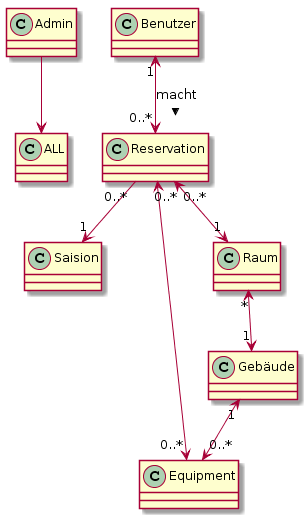
Earlier version of the PlantUML export src/site/resources/images/DomainModel.png (BFH-SoED-due1/white). The source it was exported from:
```plantuml
@startuml
Admin -->ALL

Benutzer "1"   <--> "0..*" Reservation : macht >
Reservation "0..*" --> "1" Saision
Reservation "0..*" <--> "0..*" Equipment
Reservation "0..*" <--> "1" Raum
Raum "*" <--> "1"  Gebäude
Gebäude "1" <--> "0..*" Equipment
@enduml
```
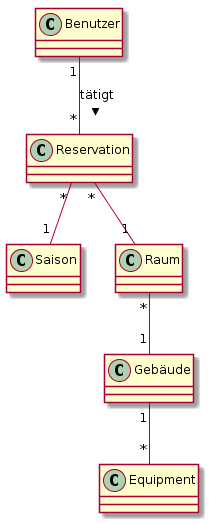
After the commit.

What changed in the source:
```diff
@@ -1,10 +1,7 @@
 @startuml
-Admin -->ALL
-
-Benutzer "1"   <--> "0..*" Reservation : macht >
-Reservation "0..*" --> "1" Saision
-Reservation "0..*" <--> "0..*" Equipment
-Reservation "0..*" <--> "1" Raum
-Raum "*" <--> "1"  Gebäude
-Gebäude "1" <--> "0..*" Equipment
+Benutzer "1"   -- "*" Reservation : tätigt >
+Reservation "*" -- "1" Saison
+Reservation "*" -- "1" Raum
+Raum "*" -- "1"  Gebäude
+Gebäude "1" -- "*" Equipment
 @enduml
```
